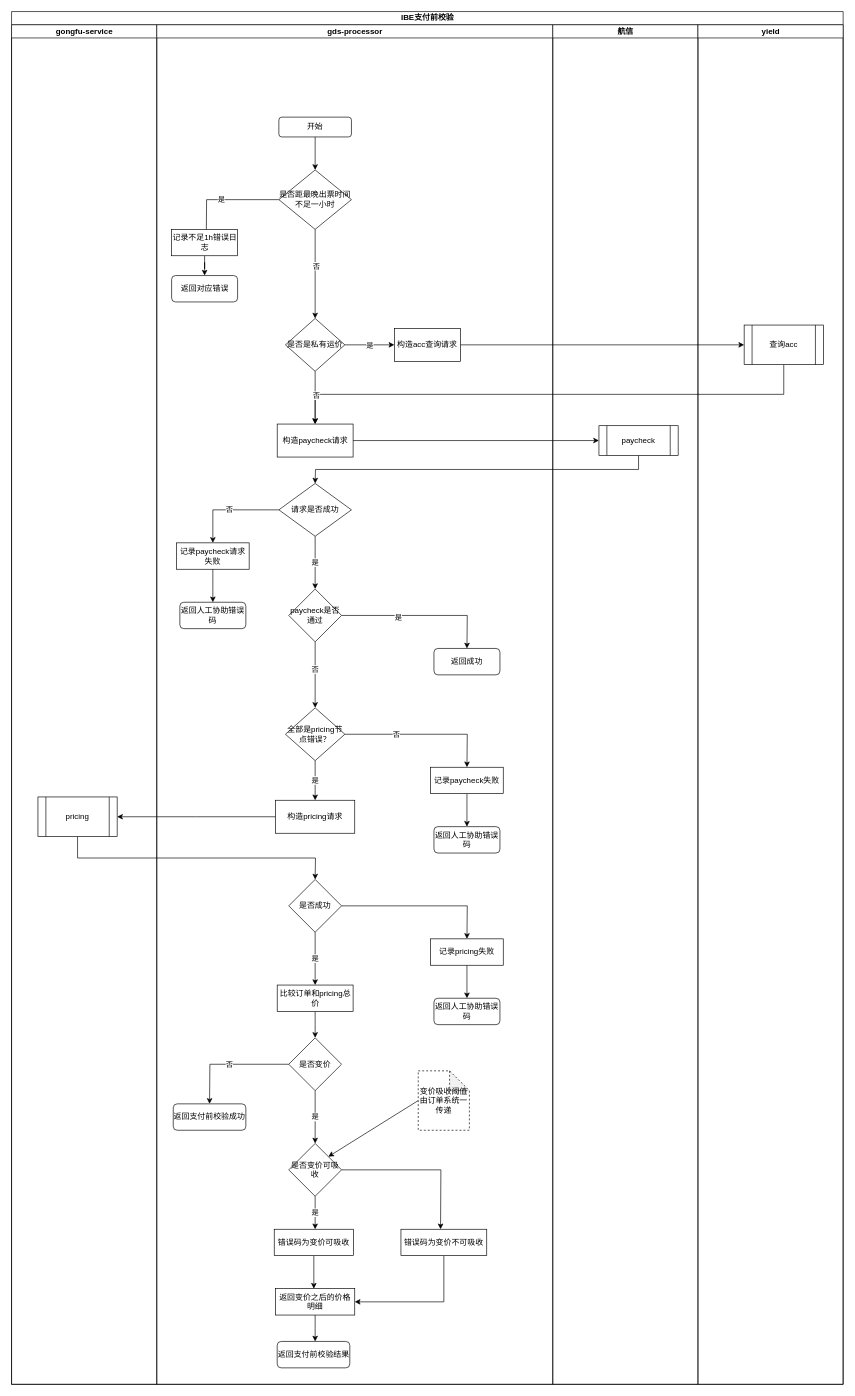
The draw.io diagram page "gds支付前校验-IBE" (9 of 9) of pkfare/paycheck-refactor/新支付前校验流程.drawio in zhangweixin/design-diagram, before the edit. Source tidied: cells renumbered, new cells numbered last; positions are measured from the earlier drawing's top-left corner, leaving out a move shared by most shapes. Both pictures are drawn from the tidied source at 66%, with x=0, y=0 at pixel (11, 11).
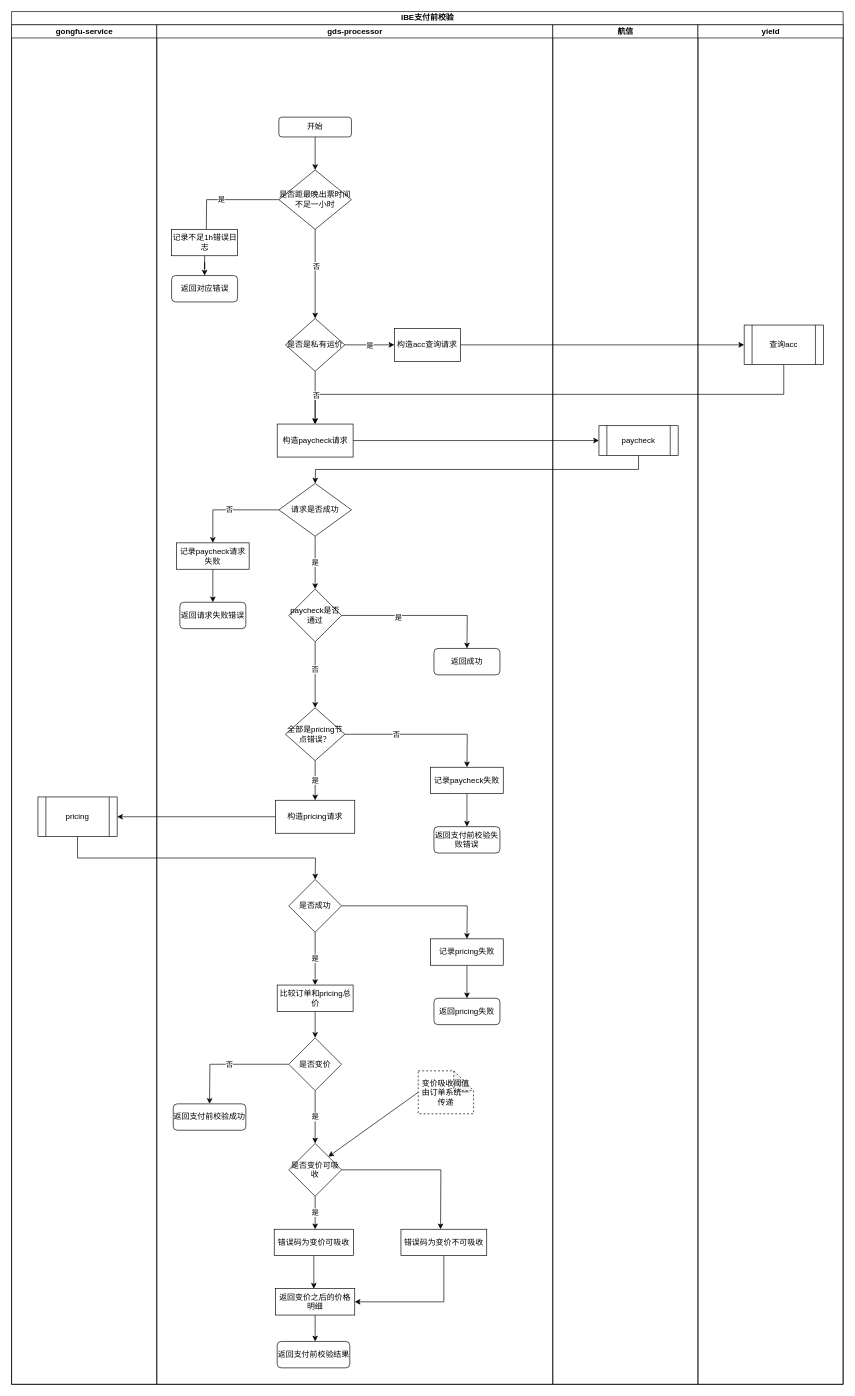
The same page after the edit.

Unchanged cells that the change refers to:
```xml
<mxCell id="9" value="gds-processor" style="swimlane;startSize=20;html=1;" parent="2" vertex="1">
  <mxGeometry x="220" y="20" width="600" height="2060" as="geometry" />
</mxCell>
```

The edit, as a diff of the source:
```diff
@@
-    <mxCell id="31" value="返回人工协助错误码" style="rounded=1;whiteSpace=wrap;html=1;" parent="9" vertex="1">
+    <mxCell id="31" value="返回请求失败错误" style="rounded=1;whiteSpace=wrap;html=1;" parent="9" vertex="1">
       <mxGeometry x="35" y="875" width="100" height="40" as="geometry" />
     </mxCell>
@@
-    <mxCell id="65" value="返回人工协助错误码" style="rounded=1;whiteSpace=wrap;html=1;" parent="9" vertex="1">
+    <mxCell id="65" value="返回pricing失败" style="rounded=1;whiteSpace=wrap;html=1;" parent="9" vertex="1">
       <mxGeometry x="420" y="1475" width="100" height="40" as="geometry" />
     </mxCell>
@@
-    <mxCell id="68" value="返回人工协助错误码" style="rounded=1;whiteSpace=wrap;html=1;" parent="9" vertex="1">
+    <mxCell id="68" value="返回支付前校验失败错误" style="rounded=1;whiteSpace=wrap;html=1;" parent="9" vertex="1">
       <mxGeometry x="420" y="1215" width="100" height="40" as="geometry" />
     </mxCell>
@@
     <mxCell id="70" value="变价吸收阈值由订单系统一传递" style="shape=note;whiteSpace=wrap;html=1;backgroundOutline=1;darkOpacity=0.05;dashed=1;strokeColor=default;" parent="9" vertex="1">
-      <mxGeometry x="396.2" y="1585" width="77.5" height="90" as="geometry" />
+      <mxGeometry x="396.2" y="1585" width="83.8" height="65" as="geometry" />
     </mxCell>
```
